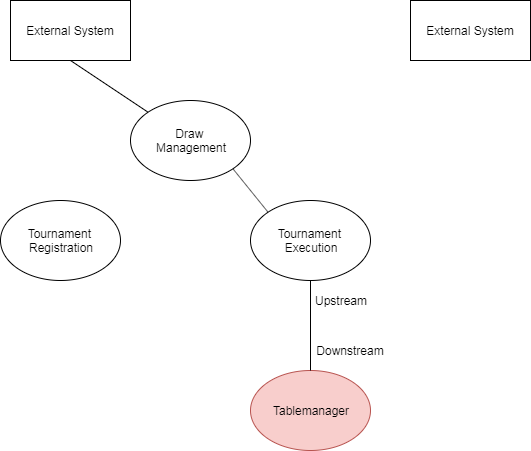
This is img/contextMap.png from baloise/pitches, a draw.io export, as it was before one commit. Source tidied: cells renumbered, new cells last; positions are measured from the earlier drawing's top-left corner, leaving out a move shared by most shapes. Its diagram source:
```xml
<mxGraphModel>
  <root>
    <mxCell id="0" />
    <mxCell id="1" parent="0" />
    <mxCell id="2" value="Tournament&amp;nbsp;&lt;br&gt;Registration" style="ellipse;whiteSpace=wrap;html=1;" parent="1" vertex="1">
      <mxGeometry y="200" width="120" height="80" as="geometry" />
    </mxCell>
    <mxCell id="3" value="Tournament&amp;nbsp;&lt;br&gt;Execution" style="ellipse;whiteSpace=wrap;html=1;" parent="1" vertex="1">
      <mxGeometry x="250" y="200" width="120" height="80" as="geometry" />
    </mxCell>
    <mxCell id="4" value="Draw&amp;nbsp;&lt;br&gt;Management" style="ellipse;whiteSpace=wrap;html=1;" parent="1" vertex="1">
      <mxGeometry x="130" y="100" width="120" height="80" as="geometry" />
    </mxCell>
    <mxCell id="5" value="Tablemanager" style="ellipse;whiteSpace=wrap;html=1;fillColor=#f8cecc;strokeColor=#b85450;" parent="1" vertex="1">
      <mxGeometry x="250" y="370" width="120" height="80" as="geometry" />
    </mxCell>
    <mxCell id="6" style="endArrow=none;html=1;entryX=0.5;entryY=1;entryDx=0;entryDy=0;exitX=0.5;exitY=0;exitDx=0;exitDy=0;endFill=0;" parent="1" edge="1" source="5" target="3">
      <mxGeometry relative="1" as="geometry" />
    </mxCell>
    <mxCell id="7" value="External System" style="rounded=0;whiteSpace=wrap;html=1;" parent="1" vertex="1">
      <mxGeometry x="10" width="120" height="60" as="geometry" />
    </mxCell>
    <mxCell id="8" value="External System" style="rounded=0;whiteSpace=wrap;html=1;" parent="1" vertex="1">
      <mxGeometry x="410" width="120" height="60" as="geometry" />
    </mxCell>
    <mxCell id="9" value="Downstream" style="text;html=1;strokeColor=none;fillColor=none;align=center;verticalAlign=middle;whiteSpace=wrap;rounded=0;" parent="1" vertex="1">
      <mxGeometry x="310" y="340" width="80" height="20" as="geometry" />
    </mxCell>
    <mxCell id="10" value="Upstream" style="text;html=1;strokeColor=none;fillColor=none;align=center;verticalAlign=middle;whiteSpace=wrap;rounded=0;" parent="1" vertex="1">
      <mxGeometry x="300" y="290" width="80" height="20" as="geometry" />
    </mxCell>
    <mxCell id="11" style="endArrow=none;html=1;entryX=1;entryY=1;entryDx=0;entryDy=0;exitX=0;exitY=0;exitDx=0;exitDy=0;endFill=0;" parent="1" edge="1" source="3" target="4">
      <mxGeometry relative="1" as="geometry" />
    </mxCell>
    <mxCell id="12" style="endArrow=none;html=1;entryX=0.5;entryY=1;entryDx=0;entryDy=0;exitX=0;exitY=0;exitDx=0;exitDy=0;endFill=0;" parent="1" edge="1" source="4" target="7">
      <mxGeometry relative="1" as="geometry" />
    </mxCell>
  </root>
</mxGraphModel>
```
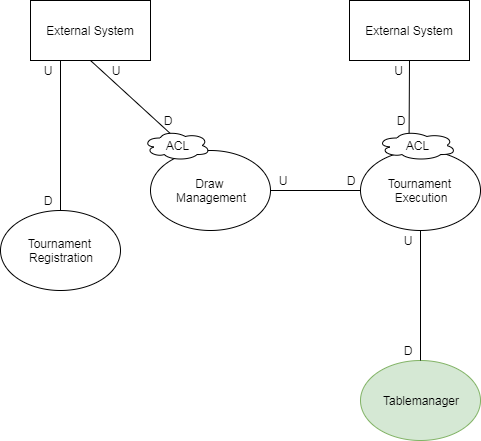
Later version of the same file.

Commit message:
add new context map

What changed in the source:
```diff
@@ -3,37 +3,73 @@
     <mxCell id="0" />
     <mxCell id="1" parent="0" />
     <mxCell id="2" value="Tournament&amp;nbsp;&lt;br&gt;Registration" style="ellipse;whiteSpace=wrap;html=1;" parent="1" vertex="1">
-      <mxGeometry y="200" width="120" height="80" as="geometry" />
+      <mxGeometry x="23" y="190" width="120" height="80" as="geometry" />
     </mxCell>
     <mxCell id="3" value="Tournament&amp;nbsp;&lt;br&gt;Execution" style="ellipse;whiteSpace=wrap;html=1;" parent="1" vertex="1">
-      <mxGeometry x="250" y="200" width="120" height="80" as="geometry" />
+      <mxGeometry x="383" y="130" width="120" height="80" as="geometry" />
     </mxCell>
     <mxCell id="4" value="Draw&amp;nbsp;&lt;br&gt;Management" style="ellipse;whiteSpace=wrap;html=1;" parent="1" vertex="1">
-      <mxGeometry x="130" y="100" width="120" height="80" as="geometry" />
+      <mxGeometry x="173" y="130" width="120" height="80" as="geometry" />
     </mxCell>
-    <mxCell id="5" value="Tablemanager" style="ellipse;whiteSpace=wrap;html=1;fillColor=#f8cecc;strokeColor=#b85450;" parent="1" vertex="1">
-      <mxGeometry x="250" y="370" width="120" height="80" as="geometry" />
+    <mxCell id="5" value="Tablemanager" style="ellipse;whiteSpace=wrap;html=1;fillColor=#d5e8d4;strokeColor=#82b366;" parent="1" vertex="1">
+      <mxGeometry x="383" y="340" width="120" height="80" as="geometry" />
     </mxCell>
     <mxCell id="6" style="endArrow=none;html=1;entryX=0.5;entryY=1;entryDx=0;entryDy=0;exitX=0.5;exitY=0;exitDx=0;exitDy=0;endFill=0;" parent="1" edge="1" source="5" target="3">
       <mxGeometry relative="1" as="geometry" />
     </mxCell>
     <mxCell id="7" value="External System" style="rounded=0;whiteSpace=wrap;html=1;" parent="1" vertex="1">
-      <mxGeometry x="10" width="120" height="60" as="geometry" />
+      <mxGeometry x="53" y="-20" width="120" height="60" as="geometry" />
     </mxCell>
     <mxCell id="8" value="External System" style="rounded=0;whiteSpace=wrap;html=1;" parent="1" vertex="1">
-      <mxGeometry x="410" width="120" height="60" as="geometry" />
+      <mxGeometry x="372" y="-20" width="120" height="60" as="geometry" />
     </mxCell>
-    <mxCell id="9" value="Downstream" style="text;html=1;strokeColor=none;fillColor=none;align=center;verticalAlign=middle;whiteSpace=wrap;rounded=0;" parent="1" vertex="1">
-      <mxGeometry x="310" y="340" width="80" height="20" as="geometry" />
+    <mxCell id="9" value="D" style="text;html=1;strokeColor=none;fillColor=none;align=center;verticalAlign=middle;whiteSpace=wrap;rounded=0;" parent="1" vertex="1">
+      <mxGeometry x="420" y="320" width="20" height="20" as="geometry" />
     </mxCell>
-    <mxCell id="10" value="Upstream" style="text;html=1;strokeColor=none;fillColor=none;align=center;verticalAlign=middle;whiteSpace=wrap;rounded=0;" parent="1" vertex="1">
-      <mxGeometry x="300" y="290" width="80" height="20" as="geometry" />
+    <mxCell id="10" value="U" style="text;html=1;strokeColor=none;fillColor=none;align=center;verticalAlign=middle;whiteSpace=wrap;rounded=0;" parent="1" vertex="1">
+      <mxGeometry x="415" y="210" width="30" height="20" as="geometry" />
     </mxCell>
-    <mxCell id="11" style="endArrow=none;html=1;entryX=1;entryY=1;entryDx=0;entryDy=0;exitX=0;exitY=0;exitDx=0;exitDy=0;endFill=0;" parent="1" edge="1" source="3" target="4">
+    <mxCell id="11" style="endArrow=none;html=1;entryX=1;entryY=0.5;entryDx=0;entryDy=0;exitX=0;exitY=0.5;exitDx=0;exitDy=0;endFill=0;" parent="1" edge="1" source="3" target="4">
       <mxGeometry relative="1" as="geometry" />
     </mxCell>
-    <mxCell id="12" style="endArrow=none;html=1;entryX=0.5;entryY=1;entryDx=0;entryDy=0;exitX=0;exitY=0;exitDx=0;exitDy=0;endFill=0;" parent="1" edge="1" source="4" target="7">
+    <mxCell id="12" style="endArrow=none;html=1;entryX=0.5;entryY=1;entryDx=0;entryDy=0;endFill=0;exitX=0.4;exitY=0.1;exitDx=0;exitDy=0;exitPerimeter=0;" parent="1" edge="1" source="23" target="7">
       <mxGeometry relative="1" as="geometry" />
     </mxCell>
+    <mxCell id="13" value="U" style="text;html=1;strokeColor=none;fillColor=none;align=center;verticalAlign=middle;whiteSpace=wrap;rounded=0;" parent="1" vertex="1">
+      <mxGeometry x="290" y="150" width="30" height="20" as="geometry" />
+    </mxCell>
+    <mxCell id="14" value="U" style="text;html=1;strokeColor=none;fillColor=none;align=center;verticalAlign=middle;whiteSpace=wrap;rounded=0;" parent="1" vertex="1">
+      <mxGeometry x="123" y="40" width="30" height="20" as="geometry" />
+    </mxCell>
+    <mxCell id="15" value="U" style="text;html=1;strokeColor=none;fillColor=none;align=center;verticalAlign=middle;whiteSpace=wrap;rounded=0;" parent="1" vertex="1">
+      <mxGeometry x="413" y="40" width="17" height="20" as="geometry" />
+    </mxCell>
+    <mxCell id="16" style="endArrow=none;html=1;entryX=0.5;entryY=1;entryDx=0;entryDy=0;exitX=0.4;exitY=0.1;exitDx=0;exitDy=0;exitPerimeter=0;" parent="1" edge="1" source="24" target="8">
+      <mxGeometry relative="1" as="geometry" />
+    </mxCell>
+    <mxCell id="17" value="D" style="text;html=1;strokeColor=none;fillColor=none;align=center;verticalAlign=middle;whiteSpace=wrap;rounded=0;" parent="1" vertex="1">
+      <mxGeometry x="413" y="90" width="20" height="20" as="geometry" />
+    </mxCell>
+    <mxCell id="18" value="D" style="text;html=1;strokeColor=none;fillColor=none;align=center;verticalAlign=middle;whiteSpace=wrap;rounded=0;" parent="1" vertex="1">
+      <mxGeometry x="363" y="150" width="20" height="20" as="geometry" />
+    </mxCell>
+    <mxCell id="19" style="endArrow=none;html=1;entryX=0.25;entryY=1;entryDx=0;entryDy=0;exitX=0.5;exitY=0;exitDx=0;exitDy=0;" parent="1" edge="1" source="2" target="7">
+      <mxGeometry relative="1" as="geometry" />
+    </mxCell>
+    <mxCell id="20" value="U" style="text;html=1;strokeColor=none;fillColor=none;align=center;verticalAlign=middle;whiteSpace=wrap;rounded=0;" parent="1" vertex="1">
+      <mxGeometry x="55" y="40" width="30" height="20" as="geometry" />
+    </mxCell>
+    <mxCell id="21" value="D" style="text;html=1;strokeColor=none;fillColor=none;align=center;verticalAlign=middle;whiteSpace=wrap;rounded=0;" parent="1" vertex="1">
+      <mxGeometry x="60" y="170" width="20" height="20" as="geometry" />
+    </mxCell>
+    <mxCell id="22" value="D" style="text;html=1;strokeColor=none;fillColor=none;align=center;verticalAlign=middle;whiteSpace=wrap;rounded=0;" parent="1" vertex="1">
+      <mxGeometry x="179.5" y="90" width="20" height="20" as="geometry" />
+    </mxCell>
+    <mxCell id="23" value="ACL" style="ellipse;shape=cloud;whiteSpace=wrap;html=1;" parent="1" vertex="1">
+      <mxGeometry x="166" y="110" width="67" height="30" as="geometry" />
+    </mxCell>
+    <mxCell id="24" value="ACL" style="ellipse;shape=cloud;whiteSpace=wrap;html=1;" parent="1" vertex="1">
+      <mxGeometry x="400" y="110" width="79" height="30" as="geometry" />
+    </mxCell>
   </root>
 </mxGraphModel>
```
